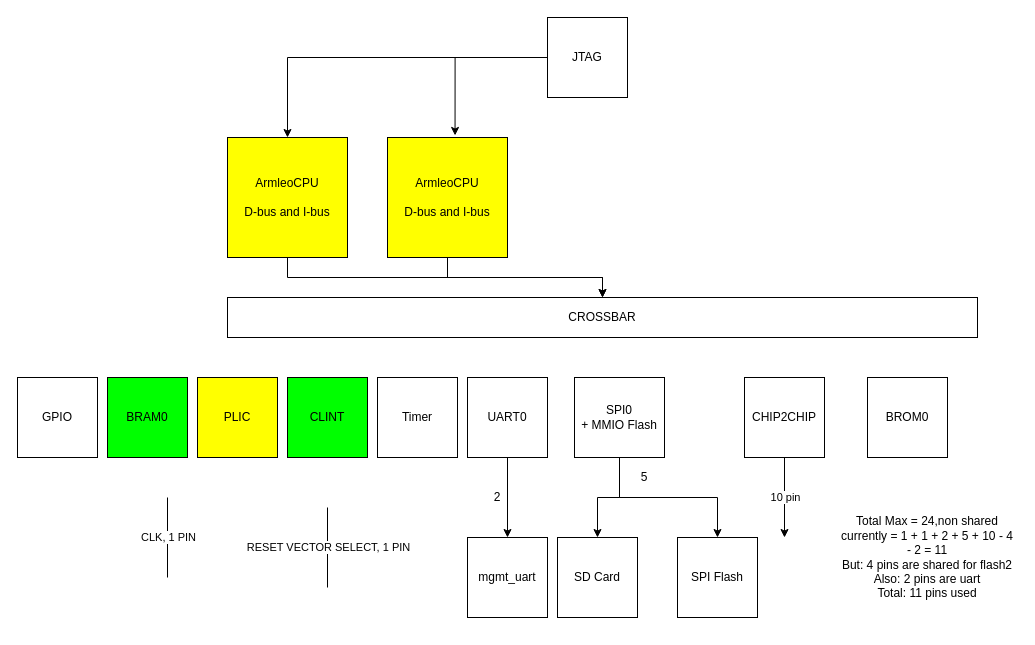
This is skywater_demo/Block diagram.drawio from armleo/ArmleoCPU, a draw.io file, before an edit. Source tidied: cells renumbered, new cells numbered last; positions are measured from the earlier drawing's top-left corner, leaving out a move shared by most shapes. Both pictures are drawn from the tidied source at 100%, with x=0, y=0 at pixel (17, 17).
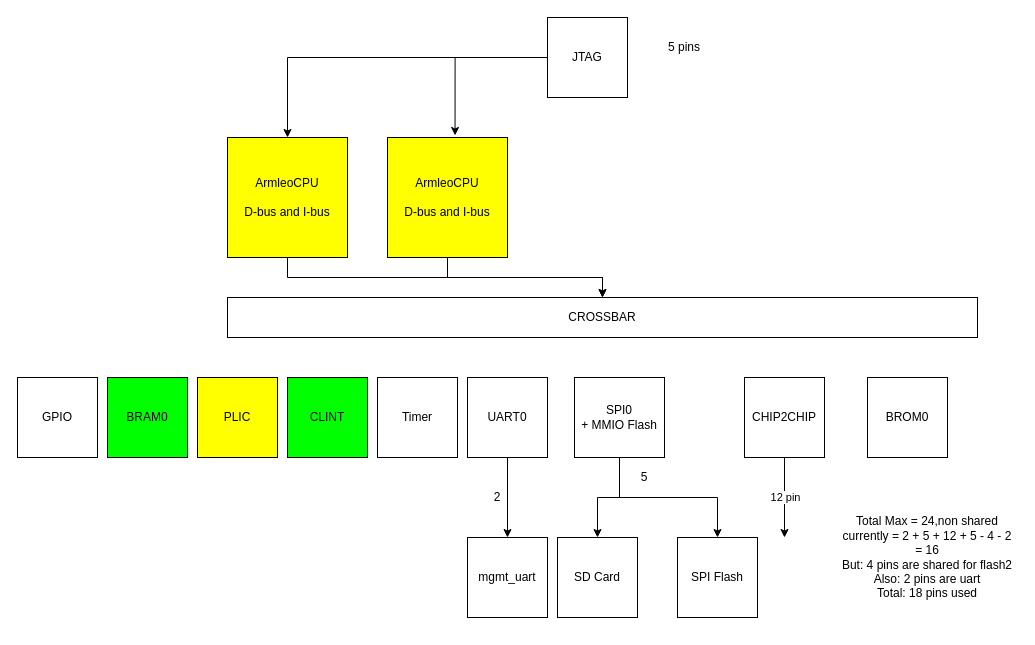
The same page after the edit.

Commit message (it also covers changes not shown here):
sky130: Block diagram updated

The change refers to these unchanged cells:
```xml
<mxCell id="20" style="edgeStyle=orthogonalEdgeStyle;rounded=0;jettySize=auto;html=1;exitX=0.5;exitY=1;exitDx=0;exitDy=0;" parent="1" edge="1" source="22">
  <mxGeometry relative="1" as="geometry">
    <mxPoint x="767" y="520" as="targetPoint" />
  </mxGeometry>
</mxCell>
```

What changed in the source:
```diff
@@
-    <mxCell id="21" value="10 pin" style="edgeLabel;html=1;align=center;verticalAlign=middle;" parent="20" vertex="1">
+    <mxCell id="21" value="12 pin" style="edgeLabel;html=1;align=center;verticalAlign=middle;" parent="20" vertex="1">
       <mxGeometry x="0.29" y="4" relative="1" as="geometry">
         <mxPoint x="-4" y="-11.7" as="offset" />
       </mxGeometry>
     </mxCell>
@@
-    <mxCell id="23" value="Total Max = 24,non shared&lt;br&gt;currently = 1 + 1 + 2 + 5 + 10 - 4 - 2 = 11&lt;br&gt;But: 4 pins are shared for flash2&lt;br&gt;Also: 2 pins are uart&lt;br&gt;Total: 11 pins used" style="text;html=1;strokeColor=none;fillColor=none;align=center;verticalAlign=middle;whiteSpace=wrap;rounded=0;" parent="1" vertex="1">
+    <mxCell id="23" value="Total Max = 24,non shared&lt;br&gt;currently = 2 + 5 + 12 + 5 - 4 - 2 = 16&lt;br&gt;But: 4 pins are shared for flash2&lt;br&gt;Also: 2 pins are uart&lt;br&gt;Total: 18 pins used" style="text;html=1;strokeColor=none;fillColor=none;align=center;verticalAlign=middle;whiteSpace=wrap;rounded=0;" parent="1" vertex="1">
       <mxGeometry x="820" y="470" width="180" height="140" as="geometry" />
     </mxCell>
@@
-    <mxCell id="26" style="endArrow=none;html=1;" parent="1" edge="1">
-      <mxGeometry relative="1" as="geometry">
-        <mxPoint x="310" y="570" as="sourcePoint" />
-        <mxPoint x="310" y="490" as="targetPoint" />
-      </mxGeometry>
-    </mxCell>
-    <mxCell id="27" value="RESET VECTOR SELECT, 1 PIN" style="edgeLabel;html=1;align=center;verticalAlign=middle;" parent="26" vertex="1">
-      <mxGeometry x="0.34" relative="1" as="geometry">
-        <mxPoint y="13.3" as="offset" />
-      </mxGeometry>
-    </mxCell>
@@
-    <mxCell id="32" style="endArrow=none;html=1;" parent="1" edge="1">
-      <mxGeometry relative="1" as="geometry">
-        <mxPoint x="150" y="560" as="sourcePoint" />
-        <mxPoint x="150" y="480" as="targetPoint" />
-      </mxGeometry>
-    </mxCell>
-    <mxCell id="33" value="CLK, 1 PIN" style="edgeLabel;html=1;align=center;verticalAlign=middle;" parent="32" vertex="1">
-      <mxGeometry x="0.34" relative="1" as="geometry">
-        <mxPoint y="13.3" as="offset" />
-      </mxGeometry>
-    </mxCell>
+    <mxCell id="34" value="5 pins" style="text;html=1;strokeColor=none;fillColor=none;align=center;verticalAlign=middle;whiteSpace=wrap;rounded=0;" parent="1" vertex="1">
+      <mxGeometry x="647" y="20" width="40" height="20" as="geometry" />
+    </mxCell>
```
